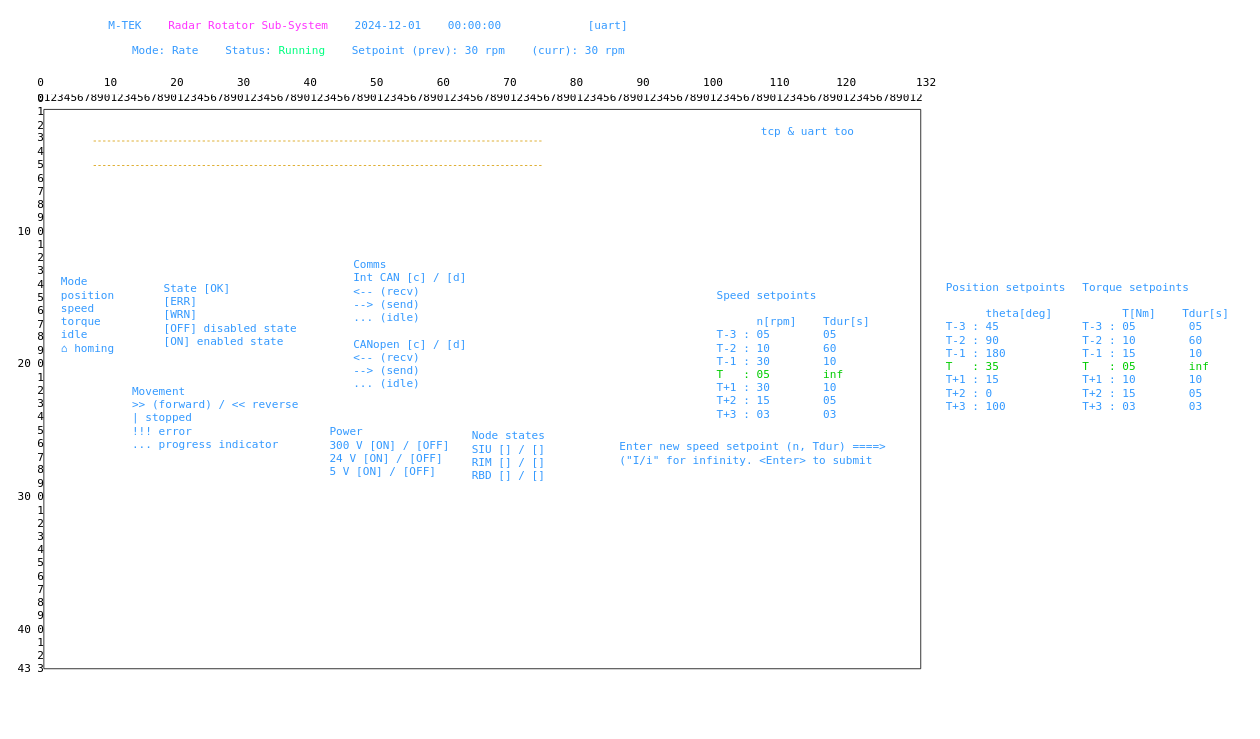
Above: rcu_sw/ui-designs/uart-ui.drawio in robertholm73/software_design (draw.io), before the change. Source tidied: cells renumbered, new cells numbered last; positions are measured from the earlier drawing's top-left corner, leaving out a move shared by most shapes. Both pictures are drawn from the tidied source at 79%, with x=0, y=0 at pixel (13, 13).
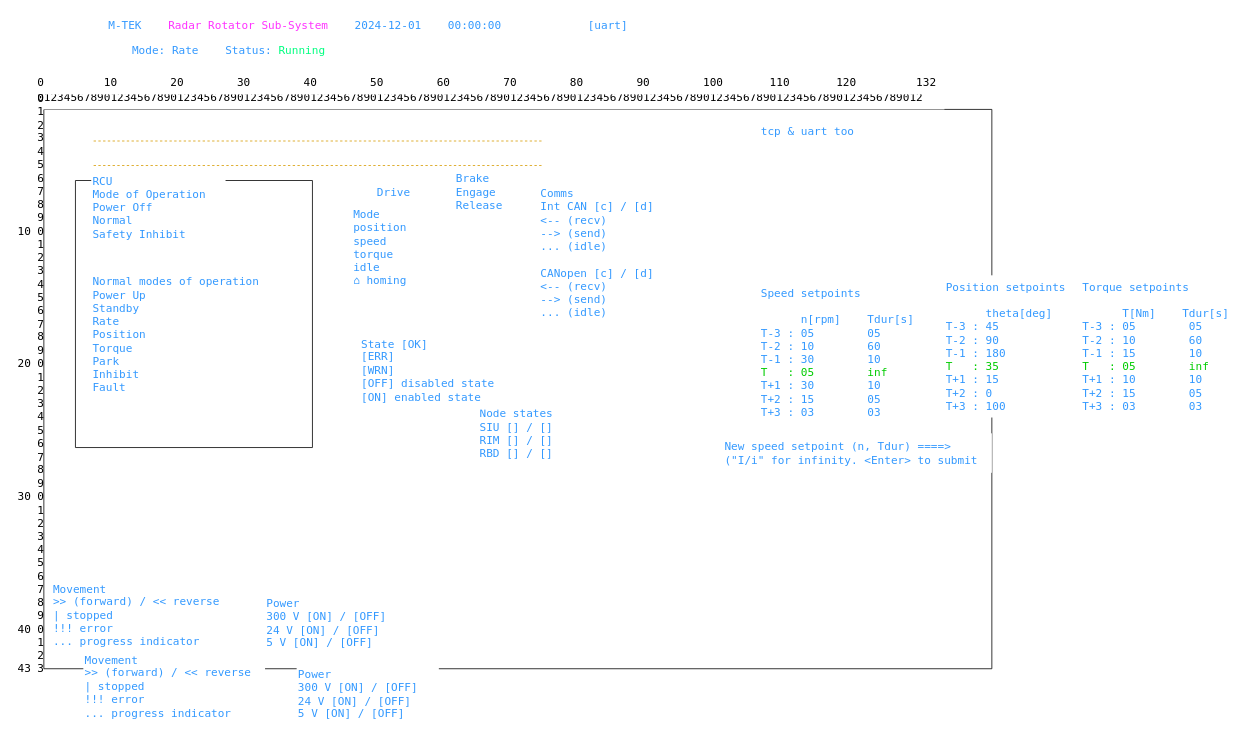
Above is the later version.

The edit, as a diff of the source:
```diff
@@
-    <mxCell id="2" value="&lt;font&gt;0123456789012345678901234567890123456789012345678901234567890123456789012345678901234567890123456789012345678901234567890123456789012&lt;/font&gt;" style="text;html=1;align=left;verticalAlign=middle;strokeColor=none;fillColor=default;fontFamily=Lucida Console;fontSize=14;" parent="1" vertex="1">
-      <mxGeometry x="28" y="91" width="1150" height="30" as="geometry" />
-    </mxCell>
-    <mxCell id="3" value="&lt;font&gt;0&amp;nbsp; &amp;nbsp; &amp;nbsp; &amp;nbsp; &amp;nbsp;10&amp;nbsp; &amp;nbsp; &amp;nbsp; &amp;nbsp; 20&amp;nbsp; &amp;nbsp; &amp;nbsp; &amp;nbsp; 30&amp;nbsp; &amp;nbsp; &amp;nbsp; &amp;nbsp; 40&amp;nbsp; &amp;nbsp; &amp;nbsp; &amp;nbsp; 50&amp;nbsp; &amp;nbsp; &amp;nbsp; &amp;nbsp; 60&amp;nbsp; &amp;nbsp; &amp;nbsp; &amp;nbsp; 70&amp;nbsp; &amp;nbsp; &amp;nbsp; &amp;nbsp; 80&amp;nbsp; &amp;nbsp; &amp;nbsp; &amp;nbsp; 90&amp;nbsp; &amp;nbsp; &amp;nbsp; &amp;nbsp; 100&amp;nbsp; &amp;nbsp; &amp;nbsp; &amp;nbsp;110&amp;nbsp; &amp;nbsp; &amp;nbsp; &amp;nbsp;120&amp;nbsp; &amp;nbsp; &amp;nbsp; &amp;nbsp; &amp;nbsp;132&amp;nbsp;&lt;/font&gt;" style="text;html=1;align=left;verticalAlign=middle;strokeColor=none;fillColor=default;fontFamily=Lucida Console;fontSize=14;" parent="1" vertex="1">
-      <mxGeometry x="28" y="72" width="1170" height="30" as="geometry" />
-    </mxCell>
-    <mxCell id="4" style="swimlane;startSize=0;fontFamily=Lucida Console;fontSize=14;" parent="1" vertex="1">
-      <mxGeometry x="38" y="121" width="1110" height="708" as="geometry" />
+    <mxCell id="4" value="&#10;" style="swimlane;startSize=0;fontFamily=Lucida Console;fontSize=14;" parent="1" vertex="1">
+      <mxGeometry x="38" y="121" width="1200" height="708" as="geometry" />
     </mxCell>
+    <mxCell id="22" value="&#10;" style="swimlane;startSize=0;fontFamily=Lucida Console;fontSize=14;" parent="4" vertex="1">
+      <mxGeometry x="40" y="90" width="300" height="338" as="geometry" />
+    </mxCell>
+    <mxCell id="23" value="&lt;div&gt;&lt;font color=&quot;#3399ff&quot;&gt;Movement&lt;/font&gt;&lt;/div&gt;&lt;div&gt;&lt;font color=&quot;#3399ff&quot;&gt;&amp;gt;&amp;gt; (forward) / &amp;lt;&amp;lt; reverse&lt;/font&gt;&lt;/div&gt;&lt;div&gt;&lt;font color=&quot;#3399ff&quot;&gt;| stopped&lt;/font&gt;&lt;/div&gt;&lt;div&gt;&lt;font color=&quot;#3399ff&quot;&gt;!!! error&lt;/font&gt;&lt;/div&gt;&lt;div&gt;&lt;font color=&quot;#3399ff&quot;&gt;... progress indicator&lt;/font&gt;&lt;/div&gt;" style="text;html=1;align=left;verticalAlign=middle;strokeColor=none;fillColor=default;fontFamily=Lucida Console;fontSize=14;" parent="22" vertex="1">
+      <mxGeometry x="10" y="590" width="230" height="100" as="geometry" />
+    </mxCell>
+    <mxCell id="24" value="&lt;div&gt;&lt;font color=&quot;#3399ff&quot;&gt;Power&lt;/font&gt;&lt;/div&gt;&lt;div&gt;&lt;font color=&quot;#3399ff&quot;&gt;300 V [ON] / [OFF]&lt;/font&gt;&lt;/div&gt;&lt;div&gt;&lt;span style=&quot;color: rgb(51, 153, 255);&quot;&gt;24 V [ON] / [OFF]&lt;/span&gt;&lt;font color=&quot;#3399ff&quot;&gt;&lt;/font&gt;&lt;/div&gt;&lt;div&gt;&lt;span style=&quot;color: rgb(51, 153, 255);&quot;&gt;5 V [ON] / [OFF]&lt;/span&gt;&lt;span style=&quot;color: rgb(51, 153, 255);&quot;&gt;&lt;/span&gt;&lt;/div&gt;" style="text;html=1;align=left;verticalAlign=middle;strokeColor=none;fillColor=default;fontFamily=Lucida Console;fontSize=14;" parent="22" vertex="1">
+      <mxGeometry x="280" y="610" width="180" height="80" as="geometry" />
+    </mxCell>
+    <mxCell id="25" value="&lt;div&gt;&lt;font color=&quot;#3399ff&quot;&gt;RCU&lt;/font&gt;&lt;/div&gt;&lt;div&gt;&lt;font color=&quot;#3399ff&quot;&gt;Mode of Operation&lt;/font&gt;&lt;/div&gt;&lt;div&gt;&lt;font color=&quot;#3399ff&quot;&gt;&lt;div&gt;Power Off&lt;/div&gt;&lt;div&gt;Normal&amp;nbsp;&lt;/div&gt;&lt;div&gt;Safety Inhibit&lt;/div&gt;&lt;/font&gt;&lt;/div&gt;" style="text;html=1;align=left;verticalAlign=middle;strokeColor=none;fillColor=default;fontFamily=Lucida Console;fontSize=14;" parent="22" vertex="1">
+      <mxGeometry x="20" y="-16" width="170" height="100" as="geometry" />
+    </mxCell>
+    <mxCell id="26" value="&lt;div&gt;&lt;span style=&quot;color: rgb(51, 153, 255); background-color: initial;&quot;&gt;Normal modes of operation&lt;/span&gt;&lt;/div&gt;&lt;div&gt;&lt;span style=&quot;background-color: initial;&quot;&gt;&lt;font color=&quot;#3399ff&quot;&gt;&lt;div style=&quot;&quot;&gt;Power Up&lt;/div&gt;&lt;div style=&quot;&quot;&gt;Standby&lt;/div&gt;&lt;div style=&quot;&quot;&gt;Rate&amp;nbsp;&lt;/div&gt;&lt;div style=&quot;&quot;&gt;Position&lt;/div&gt;&lt;div style=&quot;&quot;&gt;Torque&amp;nbsp;&lt;/div&gt;&lt;div style=&quot;&quot;&gt;Park&lt;/div&gt;&lt;div style=&quot;&quot;&gt;Inhibit&lt;/div&gt;&lt;div style=&quot;&quot;&gt;Fault&amp;nbsp;&lt;/div&gt;&lt;/font&gt;&lt;/span&gt;&lt;/div&gt;" style="text;html=1;align=left;verticalAlign=middle;strokeColor=none;fillColor=default;fontFamily=Lucida Console;fontSize=14;" parent="22" vertex="1">
+      <mxGeometry x="20" y="115" width="230" height="160" as="geometry" />
+    </mxCell>
@@
     <mxCell id="7" value="&lt;div&gt;&lt;font color=&quot;#3399ff&quot;&gt;Speed setpoints&lt;/font&gt;&lt;/div&gt;&lt;div&gt;&lt;font color=&quot;#3399ff&quot;&gt;&lt;br&gt;&lt;/font&gt;&lt;/div&gt;&lt;div&gt;&lt;font color=&quot;#3399ff&quot;&gt;&amp;nbsp; &amp;nbsp; &amp;nbsp;&amp;nbsp;&lt;/font&gt;&lt;font color=&quot;#3399ff&quot; style=&quot;background-color: initial;&quot;&gt;n[rpm]&amp;nbsp; &amp;nbsp;&amp;nbsp;&lt;/font&gt;&lt;span style=&quot;background-color: initial; color: rgb(51, 153, 255);&quot;&gt;Tdur[s]&lt;/span&gt;&lt;/div&gt;&lt;div&gt;&lt;font color=&quot;#3399ff&quot;&gt;T-3 : 05&lt;/font&gt;&lt;span style=&quot;color: rgb(51, 153, 255); background-color: initial;&quot;&gt;&amp;nbsp; &amp;nbsp; &amp;nbsp; &amp;nbsp; 05&lt;/span&gt;&lt;/div&gt;&lt;div&gt;&lt;font color=&quot;#3399ff&quot;&gt;T-2 :&amp;nbsp;&lt;/font&gt;&lt;span style=&quot;color: rgb(51, 153, 255); background-color: initial;&quot;&gt;10&amp;nbsp; &amp;nbsp; &amp;nbsp; &amp;nbsp; 60&lt;/span&gt;&lt;/div&gt;&lt;div&gt;&lt;font color=&quot;#3399ff&quot;&gt;T-1 : 30&amp;nbsp; &amp;nbsp; &amp;nbsp; &amp;nbsp; 10&lt;/font&gt;&lt;/div&gt;&lt;div&gt;&lt;font color=&quot;#00cc00&quot;&gt;T&amp;nbsp; &amp;nbsp;: 05&amp;nbsp; &amp;nbsp; &amp;nbsp; &amp;nbsp; inf&lt;/font&gt;&lt;/div&gt;&lt;div&gt;&lt;font color=&quot;#3399ff&quot;&gt;T+1 : 30&amp;nbsp; &amp;nbsp; &amp;nbsp; &amp;nbsp; 10&lt;/font&gt;&lt;/div&gt;&lt;div&gt;&lt;font color=&quot;#3399ff&quot;&gt;T+2 : 15&amp;nbsp; &amp;nbsp; &amp;nbsp; &amp;nbsp; 05&lt;/font&gt;&lt;/div&gt;&lt;div&gt;&lt;font color=&quot;#3399ff&quot;&gt;T+3 : 03&amp;nbsp; &amp;nbsp; &amp;nbsp; &amp;nbsp; 03&lt;/font&gt;&lt;/div&gt;" style="text;html=1;align=left;verticalAlign=middle;strokeColor=none;fillColor=default;fontFamily=Lucida Console;fontSize=14;" parent="4" vertex="1">
-      <mxGeometry x="850" y="220" width="220" height="180" as="geometry" />
+      <mxGeometry x="906" y="217.5" width="220" height="180" as="geometry" />
     </mxCell>
-    <mxCell id="8" value="&lt;font color=&quot;#3399ff&quot;&gt;Enter new speed setpoint (n, Tdur) ====&amp;gt;&amp;nbsp;&lt;/font&gt;&lt;div&gt;&lt;font color=&quot;#3399ff&quot;&gt;(&quot;I/i&quot; for infinity. &amp;lt;Enter&amp;gt; to submit&lt;/font&gt;&lt;/div&gt;" style="text;html=1;align=left;verticalAlign=middle;strokeColor=none;fillColor=default;labelBackgroundColor=none;fontFamily=Lucida Console;fontSize=14;" parent="4" vertex="1">
-      <mxGeometry x="727" y="410" width="370" height="50" as="geometry" />
+    <mxCell id="8" value="&lt;font color=&quot;#3399ff&quot;&gt;New speed setpoint (n, Tdur) ====&amp;gt;&amp;nbsp;&lt;/font&gt;&lt;div&gt;&lt;font color=&quot;#3399ff&quot;&gt;(&quot;I/i&quot; for infinity. &amp;lt;Enter&amp;gt; to submit&lt;/font&gt;&lt;/div&gt;" style="text;html=1;align=left;verticalAlign=middle;strokeColor=none;fillColor=default;labelBackgroundColor=none;fontFamily=Lucida Console;fontSize=14;" parent="4" vertex="1">
+      <mxGeometry x="860" y="410" width="340" height="50" as="geometry" />
     </mxCell>
@@
     <mxCell id="10" value="&lt;div&gt;&lt;font color=&quot;#3399ff&quot;&gt;Movement&lt;/font&gt;&lt;/div&gt;&lt;div&gt;&lt;font color=&quot;#3399ff&quot;&gt;&amp;gt;&amp;gt; (forward) / &amp;lt;&amp;lt; reverse&lt;/font&gt;&lt;/div&gt;&lt;div&gt;&lt;font color=&quot;#3399ff&quot;&gt;| stopped&lt;/font&gt;&lt;/div&gt;&lt;div&gt;&lt;font color=&quot;#3399ff&quot;&gt;!!! error&lt;/font&gt;&lt;/div&gt;&lt;div&gt;&lt;font color=&quot;#3399ff&quot;&gt;... progress indicator&lt;/font&gt;&lt;/div&gt;" style="text;html=1;align=left;verticalAlign=middle;strokeColor=none;fillColor=default;fontFamily=Lucida Console;fontSize=14;" parent="4" vertex="1">
-      <mxGeometry x="110" y="340" width="230" height="100" as="geometry" />
+      <mxGeometry x="10" y="590" width="230" height="100" as="geometry" />
     </mxCell>
     <mxCell id="11" value="&lt;div&gt;&lt;font color=&quot;#3399ff&quot;&gt;Power&lt;/font&gt;&lt;/div&gt;&lt;div&gt;&lt;font color=&quot;#3399ff&quot;&gt;300 V [ON] / [OFF]&lt;/font&gt;&lt;/div&gt;&lt;div&gt;&lt;span style=&quot;color: rgb(51, 153, 255);&quot;&gt;24 V [ON] / [OFF]&lt;/span&gt;&lt;font color=&quot;#3399ff&quot;&gt;&lt;/font&gt;&lt;/div&gt;&lt;div&gt;&lt;span style=&quot;color: rgb(51, 153, 255);&quot;&gt;5 V [ON] / [OFF]&lt;/span&gt;&lt;span style=&quot;color: rgb(51, 153, 255);&quot;&gt;&lt;/span&gt;&lt;/div&gt;" style="text;html=1;align=left;verticalAlign=middle;strokeColor=none;fillColor=default;fontFamily=Lucida Console;fontSize=14;" parent="4" vertex="1">
-      <mxGeometry x="360" y="392.5" width="180" height="80" as="geometry" />
+      <mxGeometry x="280" y="610" width="180" height="80" as="geometry" />
     </mxCell>
     <mxCell id="12" value="&lt;div&gt;&lt;font color=&quot;#3399ff&quot;&gt;Node states&lt;/font&gt;&lt;/div&gt;&lt;div&gt;&lt;font color=&quot;#3399ff&quot;&gt;SIU [] / []&lt;/font&gt;&lt;/div&gt;&lt;div&gt;&lt;font color=&quot;#3399ff&quot;&gt;RIM [] / []&lt;/font&gt;&lt;/div&gt;&lt;div&gt;&lt;font color=&quot;#3399ff&quot;&gt;RBD [] / []&lt;/font&gt;&lt;/div&gt;" style="text;html=1;align=left;verticalAlign=middle;strokeColor=none;fillColor=default;fontFamily=Lucida Console;fontSize=14;" parent="4" vertex="1">
-      <mxGeometry x="540" y="397.5" width="120" height="80" as="geometry" />
+      <mxGeometry x="550" y="370" width="120" height="80" as="geometry" />
     </mxCell>
+    <mxCell id="15" value="&lt;font color=&quot;#3399ff&quot;&gt;Comms&amp;nbsp;&amp;nbsp;&lt;/font&gt;&lt;div&gt;&lt;font color=&quot;#3399ff&quot;&gt;Int CAN [c] / [d]&amp;nbsp;&lt;/font&gt;&lt;/div&gt;&lt;div&gt;&lt;font color=&quot;#3399ff&quot;&gt;&amp;lt;-- (recv)&lt;/font&gt;&lt;/div&gt;&lt;div&gt;&lt;font color=&quot;#3399ff&quot;&gt;--&amp;gt; (send)&lt;/font&gt;&lt;/div&gt;&lt;div&gt;&lt;font color=&quot;#3399ff&quot;&gt;... (idle)&lt;/font&gt;&lt;/div&gt;&lt;div&gt;&lt;font color=&quot;#3399ff&quot;&gt;&lt;br&gt;&lt;/font&gt;&lt;/div&gt;&lt;div&gt;&lt;font color=&quot;#3399ff&quot;&gt;CANopen [c] / [d]&lt;/font&gt;&lt;/div&gt;&lt;div&gt;&lt;div&gt;&lt;font color=&quot;#3399ff&quot;&gt;&amp;lt;-- (recv)&lt;/font&gt;&lt;/div&gt;&lt;div&gt;&lt;font color=&quot;#3399ff&quot;&gt;--&amp;gt; (send)&lt;/font&gt;&lt;/div&gt;&lt;div&gt;&lt;font color=&quot;#3399ff&quot;&gt;... (idle)&lt;/font&gt;&lt;/div&gt;&lt;/div&gt;&lt;div&gt;&lt;font color=&quot;#3399ff&quot;&gt;&lt;br&gt;&lt;/font&gt;&lt;/div&gt;" style="text;html=1;align=left;verticalAlign=middle;strokeColor=none;fillColor=default;fontFamily=Lucida Console;fontSize=14;" parent="4" vertex="1">
+      <mxGeometry x="627" y="90" width="180" height="200" as="geometry" />
+    </mxCell>
+    <mxCell id="27" value="&lt;div&gt;&lt;font color=&quot;#3399ff&quot;&gt;Drive&lt;/font&gt;&lt;/div&gt;" style="text;html=1;align=left;verticalAlign=middle;strokeColor=none;fillColor=default;fontFamily=Lucida Console;fontSize=14;" parent="4" vertex="1">
+      <mxGeometry x="420" y="90" width="70" height="30" as="geometry" />
+    </mxCell>
+    <mxCell id="28" value="&lt;div&gt;&lt;font color=&quot;#3399ff&quot;&gt;Brake&lt;/font&gt;&lt;/div&gt;&lt;div&gt;&lt;font color=&quot;#3399ff&quot;&gt;Engage&lt;/font&gt;&lt;/div&gt;&lt;div&gt;&lt;font color=&quot;#3399ff&quot;&gt;Release&lt;/font&gt;&lt;/div&gt;" style="text;html=1;align=left;verticalAlign=middle;strokeColor=none;fillColor=default;fontFamily=Lucida Console;fontSize=14;" parent="4" vertex="1">
+      <mxGeometry x="520" y="75" width="80" height="60" as="geometry" />
+    </mxCell>
+    <mxCell id="14" value="&lt;font color=&quot;#3399ff&quot;&gt;State [OK]&amp;nbsp;&lt;/font&gt;&lt;div&gt;&lt;font color=&quot;#3399ff&quot;&gt;[ERR]&amp;nbsp;&lt;/font&gt;&lt;/div&gt;&lt;div&gt;&lt;font color=&quot;#3399ff&quot;&gt;[WRN]&lt;/font&gt;&lt;/div&gt;&lt;div&gt;&lt;font color=&quot;#3399ff&quot;&gt;[OFF] disabled state&lt;/font&gt;&lt;/div&gt;&lt;div&gt;&lt;font color=&quot;#3399ff&quot;&gt;[ON] enabled state&lt;/font&gt;&lt;/div&gt;" style="text;html=1;align=left;verticalAlign=middle;strokeColor=none;fillColor=default;fontFamily=Lucida Console;fontSize=14;" parent="4" vertex="1">
+      <mxGeometry x="400" y="280" width="190" height="100" as="geometry" />
+    </mxCell>
     <mxCell id="13" value="&lt;font color=&quot;#3399ff&quot;&gt;Mode&amp;nbsp;&lt;br&gt;&lt;/font&gt;&lt;div&gt;&lt;font color=&quot;#3399ff&quot;&gt;position&lt;/font&gt;&lt;div&gt;&lt;font color=&quot;#3399ff&quot;&gt;speed&lt;/font&gt;&lt;/div&gt;&lt;div&gt;&lt;font color=&quot;#3399ff&quot;&gt;torque&lt;/font&gt;&lt;/div&gt;&lt;div&gt;&lt;font color=&quot;#3399ff&quot;&gt;idle&lt;/font&gt;&lt;/div&gt;&lt;div&gt;&lt;span style=&quot;background-color: initial;&quot;&gt;&lt;font color=&quot;#3399ff&quot;&gt;⌂&lt;/font&gt;&lt;/span&gt;&lt;font color=&quot;#3399ff&quot;&gt;&amp;nbsp;homing&lt;/font&gt;&lt;/div&gt;&lt;/div&gt;" style="text;html=1;align=left;verticalAlign=middle;strokeColor=none;fillColor=default;fontFamily=Lucida Console;fontSize=14;" parent="4" vertex="1">
-      <mxGeometry x="20" y="205" width="90" height="110" as="geometry" />
+      <mxGeometry x="390" y="120" width="90" height="110" as="geometry" />
     </mxCell>
-    <mxCell id="14" value="&lt;font color=&quot;#3399ff&quot;&gt;State [OK]&amp;nbsp;&lt;/font&gt;&lt;div&gt;&lt;font color=&quot;#3399ff&quot;&gt;[ERR]&amp;nbsp;&lt;/font&gt;&lt;/div&gt;&lt;div&gt;&lt;font color=&quot;#3399ff&quot;&gt;[WRN]&lt;/font&gt;&lt;/div&gt;&lt;div&gt;&lt;font color=&quot;#3399ff&quot;&gt;[OFF] disabled state&lt;/font&gt;&lt;/div&gt;&lt;div&gt;&lt;font color=&quot;#3399ff&quot;&gt;[ON] enabled state&lt;/font&gt;&lt;/div&gt;" style="text;html=1;align=left;verticalAlign=middle;strokeColor=none;fillColor=default;fontFamily=Lucida Console;fontSize=14;" parent="4" vertex="1">
-      <mxGeometry x="150" y="210" width="190" height="100" as="geometry" />
-    </mxCell>
-    <mxCell id="15" value="&lt;font color=&quot;#3399ff&quot;&gt;Comms&amp;nbsp;&amp;nbsp;&lt;/font&gt;&lt;div&gt;&lt;font color=&quot;#3399ff&quot;&gt;Int CAN [c] / [d]&amp;nbsp;&lt;/font&gt;&lt;/div&gt;&lt;div&gt;&lt;font color=&quot;#3399ff&quot;&gt;&amp;lt;-- (recv)&lt;/font&gt;&lt;/div&gt;&lt;div&gt;&lt;font color=&quot;#3399ff&quot;&gt;--&amp;gt; (send)&lt;/font&gt;&lt;/div&gt;&lt;div&gt;&lt;font color=&quot;#3399ff&quot;&gt;... (idle)&lt;/font&gt;&lt;/div&gt;&lt;div&gt;&lt;font color=&quot;#3399ff&quot;&gt;&lt;br&gt;&lt;/font&gt;&lt;/div&gt;&lt;div&gt;&lt;font color=&quot;#3399ff&quot;&gt;CANopen [c] / [d]&lt;/font&gt;&lt;/div&gt;&lt;div&gt;&lt;div&gt;&lt;font color=&quot;#3399ff&quot;&gt;&amp;lt;-- (recv)&lt;/font&gt;&lt;/div&gt;&lt;div&gt;&lt;font color=&quot;#3399ff&quot;&gt;--&amp;gt; (send)&lt;/font&gt;&lt;/div&gt;&lt;div&gt;&lt;font color=&quot;#3399ff&quot;&gt;... (idle)&lt;/font&gt;&lt;/div&gt;&lt;/div&gt;&lt;div&gt;&lt;font color=&quot;#3399ff&quot;&gt;&lt;br&gt;&lt;/font&gt;&lt;/div&gt;" style="text;html=1;align=left;verticalAlign=middle;strokeColor=none;fillColor=default;fontFamily=Lucida Console;fontSize=14;" parent="4" vertex="1">
-      <mxGeometry x="390" y="180" width="180" height="200" as="geometry" />
-    </mxCell>
+    <mxCell id="2" value="&lt;font&gt;0123456789012345678901234567890123456789012345678901234567890123456789012345678901234567890123456789012345678901234567890123456789012&lt;/font&gt;" style="text;html=1;align=left;verticalAlign=middle;strokeColor=none;fillColor=default;fontFamily=Lucida Console;fontSize=14;" parent="1" vertex="1">
+      <mxGeometry x="28" y="91" width="1150" height="30" as="geometry" />
+    </mxCell>
+    <mxCell id="3" value="&lt;font&gt;0&amp;nbsp; &amp;nbsp; &amp;nbsp; &amp;nbsp; &amp;nbsp;10&amp;nbsp; &amp;nbsp; &amp;nbsp; &amp;nbsp; 20&amp;nbsp; &amp;nbsp; &amp;nbsp; &amp;nbsp; 30&amp;nbsp; &amp;nbsp; &amp;nbsp; &amp;nbsp; 40&amp;nbsp; &amp;nbsp; &amp;nbsp; &amp;nbsp; 50&amp;nbsp; &amp;nbsp; &amp;nbsp; &amp;nbsp; 60&amp;nbsp; &amp;nbsp; &amp;nbsp; &amp;nbsp; 70&amp;nbsp; &amp;nbsp; &amp;nbsp; &amp;nbsp; 80&amp;nbsp; &amp;nbsp; &amp;nbsp; &amp;nbsp; 90&amp;nbsp; &amp;nbsp; &amp;nbsp; &amp;nbsp; 100&amp;nbsp; &amp;nbsp; &amp;nbsp; &amp;nbsp;110&amp;nbsp; &amp;nbsp; &amp;nbsp; &amp;nbsp;120&amp;nbsp; &amp;nbsp; &amp;nbsp; &amp;nbsp; &amp;nbsp;132&amp;nbsp;&lt;/font&gt;" style="text;html=1;align=left;verticalAlign=middle;strokeColor=none;fillColor=default;fontFamily=Lucida Console;fontSize=14;" parent="1" vertex="1">
+      <mxGeometry x="28" y="72" width="1170" height="30" as="geometry" />
+    </mxCell>
@@
-    <mxCell id="17" value="&lt;font color=&quot;#3399ff&quot;&gt;Mode: Rate&amp;nbsp; &amp;nbsp; Status:&amp;nbsp;&lt;/font&gt;&lt;font color=&quot;#00ff80&quot;&gt;Running&amp;nbsp; &amp;nbsp; &lt;/font&gt;&lt;span style=&quot;color: rgb(51, 153, 255);&quot;&gt;Setpoint (prev): 30 rpm&amp;nbsp; &amp;nbsp; (curr): 30 rpm&lt;/span&gt;&lt;font color=&quot;#ff33ff&quot;&gt;&amp;nbsp;&lt;/font&gt;" style="text;html=1;align=left;verticalAlign=middle;strokeColor=none;fillColor=default;fontFamily=Lucida Console;fontSize=14;" parent="1" vertex="1">
-      <mxGeometry x="148" y="31" width="660" height="30" as="geometry" />
+    <mxCell id="17" value="&lt;font color=&quot;#3399ff&quot;&gt;Mode: Rate&amp;nbsp; &amp;nbsp; Status:&amp;nbsp;&lt;/font&gt;&lt;font color=&quot;#00ff80&quot;&gt;Running&amp;nbsp; &amp;nbsp;&lt;/font&gt;" style="text;html=1;align=left;verticalAlign=middle;strokeColor=none;fillColor=default;fontFamily=Lucida Console;fontSize=14;" parent="1" vertex="1">
+      <mxGeometry x="148" y="31" width="290" height="30" as="geometry" />
     </mxCell>
```
